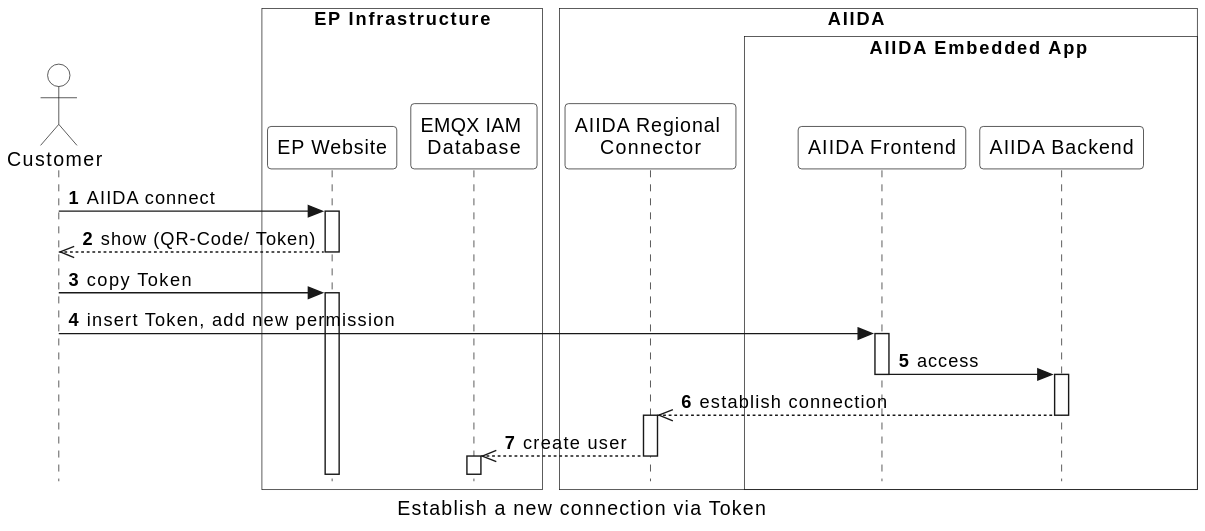
The PlantUML diagram arc42/aiida/runtime-view/figures/aiida_new_connection_token.svg in eddie-energy/architecture, before a commit.
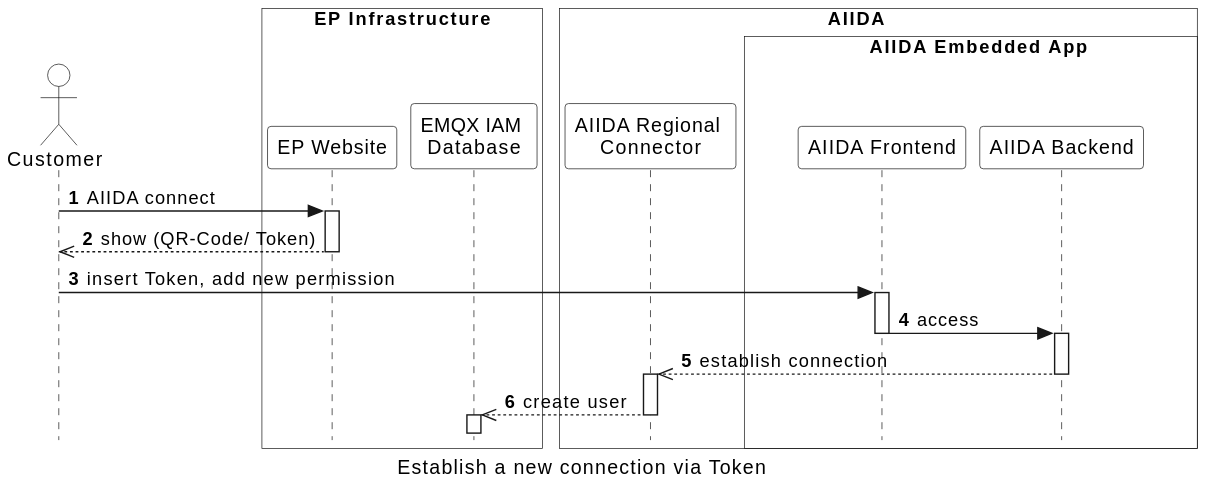
The same diagram one commit later.

What changed in the source:
```diff
@@ -30,8 +30,7 @@
   website -->> user : show (QR-Code/ Token)
 deactivate website
 
-user -> website : copy Token
-activate website
+
   user -> frontend : insert Token, add new permission
   activate frontend
       frontend -> backend : access
@@ -47,6 +46,4 @@
     deactivate connector
     activate database
     deactivate database
-
-deactivate website
 @enduml
```
